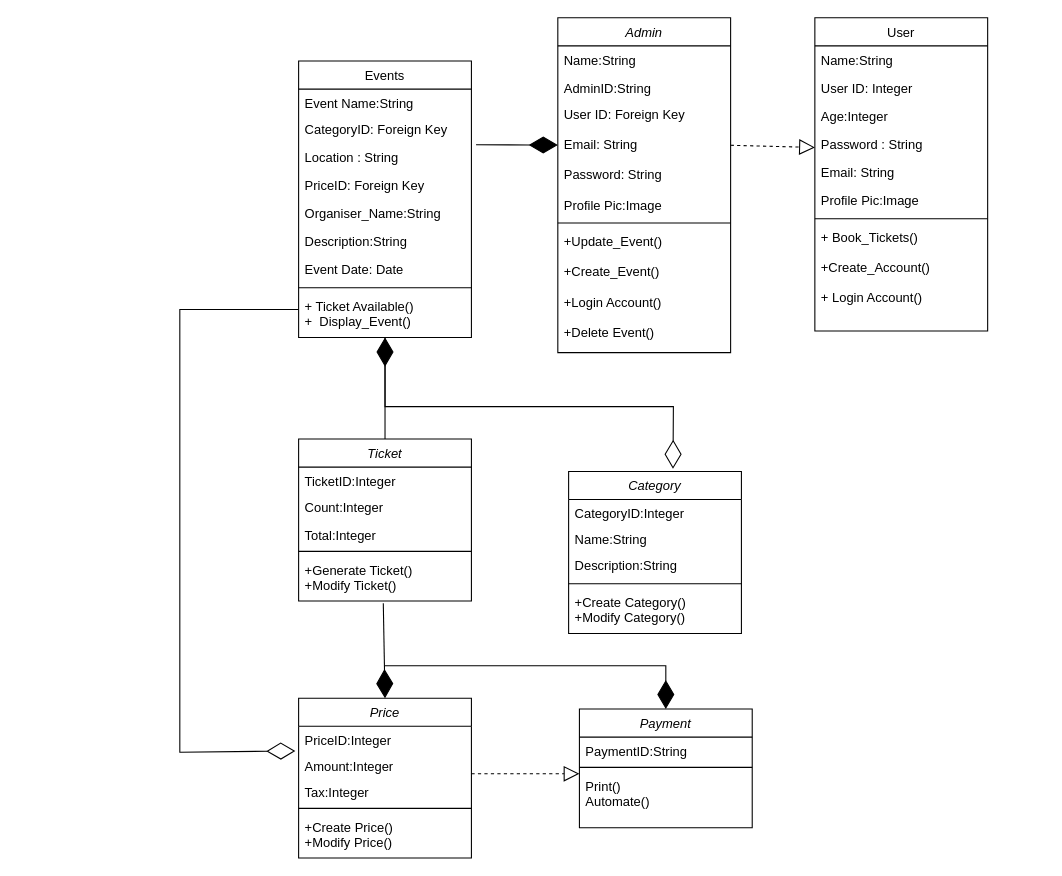
Stormtroopper/HTML-layout-learning keeps this draw.io diagram as Untitled Diagram.drawio. Above is the earlier version. Source tidied: cells renumbered, new cells numbered last; positions are measured from the earlier drawing's top-left corner, leaving out a move shared by most shapes. Both pictures are drawn from the tidied source at 108%, with x=0, y=0 at pixel (179, 17).
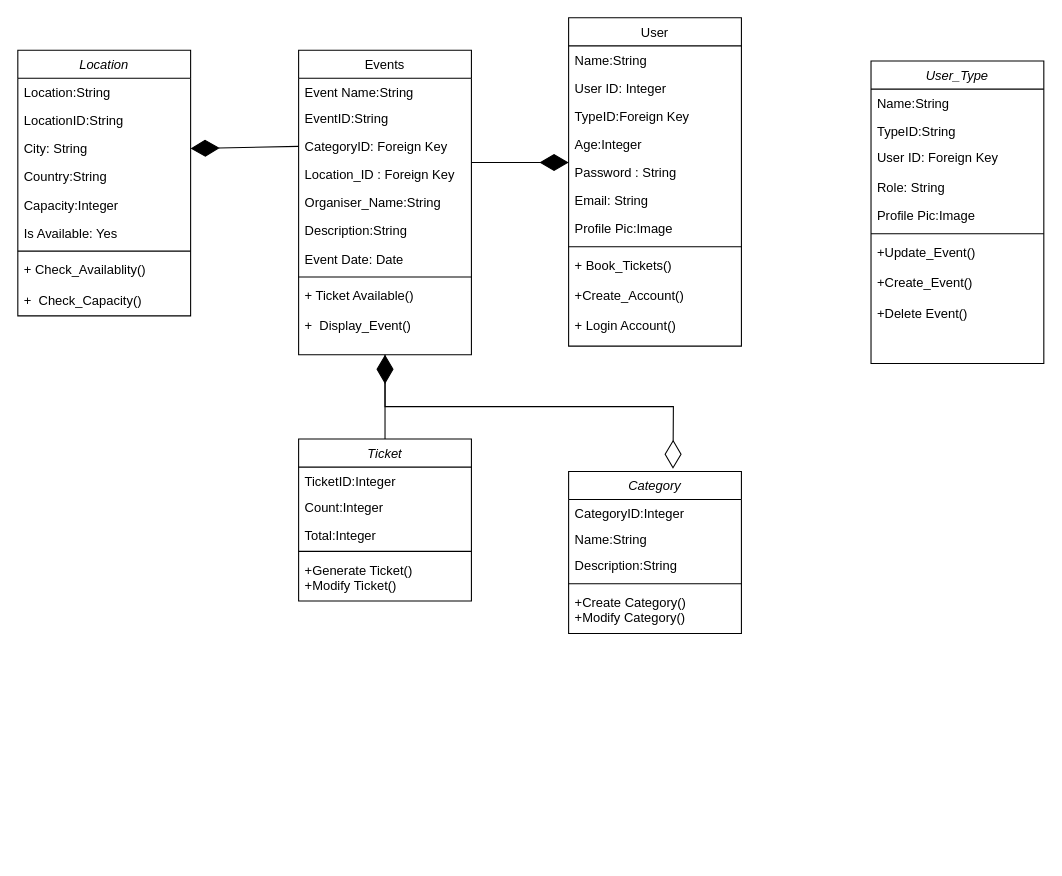
The same diagram, later.

The change refers to these unchanged cells:
```xml
<mxCell id="34" value="+Generate Ticket()&#10;+Modify Ticket()" style="text;align=left;verticalAlign=top;spacingLeft=4;spacingRight=4;overflow=hidden;points=[[0,0.5],[1,0.5]];portConstraint=eastwest;" parent="29" vertex="1">
  <mxGeometry y="108" width="160" height="42" as="geometry" />
</mxCell>
```

Diff of the diagram source:
```diff
@@
-    <mxCell id="2" value="Admin" style="swimlane;fontStyle=2;align=center;verticalAlign=top;horizontal=1;startSize=26;rounded=0;shadow=0;strokeWidth=1;" parent="1" vertex="1">
-      <mxGeometry x="350" width="160" height="310" as="geometry" />
-    </mxCell>
-    <mxCell id="3" value="Name:String" style="text;align=left;verticalAlign=top;spacingLeft=4;spacingRight=4;overflow=hidden;rounded=0;shadow=0;html=0;" parent="2" vertex="1">
-      <mxGeometry y="26" width="160" height="26" as="geometry" />
-    </mxCell>
-    <mxCell id="4" value="AdminID:String" style="text;align=left;verticalAlign=top;spacingLeft=4;spacingRight=4;overflow=hidden;" parent="2" vertex="1">
-      <mxGeometry y="52" width="160" height="24" as="geometry" />
-    </mxCell>
-    <mxCell id="5" value="User ID: Foreign Key&#10;&#10;Email: String&#10;&#10;Password: String" style="text;align=left;verticalAlign=top;spacingLeft=4;spacingRight=4;overflow=hidden;points=[[0,0.5],[1,0.5]];portConstraint=eastwest;rounded=0;shadow=0;html=0;" parent="2" vertex="1">
-      <mxGeometry y="76" width="160" height="84" as="geometry" />
-    </mxCell>
-    <mxCell id="6" value="Profile Pic:Image" style="text;align=left;verticalAlign=top;spacingLeft=4;spacingRight=4;overflow=hidden;rounded=0;shadow=0;html=0;" parent="2" vertex="1">
-      <mxGeometry y="160" width="160" height="26" as="geometry" />
-    </mxCell>
-    <mxCell id="7" style="line;html=1;strokeWidth=1;align=left;verticalAlign=middle;spacingTop=-1;spacingLeft=3;spacingRight=3;labelPosition=right;" parent="2" vertex="1">
-      <mxGeometry y="186" width="160" height="8" as="geometry" />
-    </mxCell>
-    <mxCell id="8" value="+Update_Event()&#10;&#10;+Create_Event()&#10;&#10;+Login Account()&#10;&#10;+Delete Event()" style="text;align=left;verticalAlign=top;spacingLeft=4;spacingRight=4;overflow=hidden;" parent="2" vertex="1">
-      <mxGeometry y="194" width="160" height="116" as="geometry" />
-    </mxCell>
     <mxCell id="9" value="Events" style="swimlane;fontStyle=0;align=center;verticalAlign=top;horizontal=1;startSize=26;rounded=0;shadow=0;strokeWidth=1;" parent="1" vertex="1">
-      <mxGeometry x="110" y="40" width="160" height="256" as="geometry" />
+      <mxGeometry x="110" y="30" width="160" height="282" as="geometry" />
     </mxCell>
@@
+    <mxCell id="58" value="EventID:String" style="text;align=left;verticalAlign=top;spacingLeft=4;spacingRight=4;overflow=hidden;rounded=0;shadow=0;html=0;" parent="9" vertex="1">
+      <mxGeometry y="50" width="160" height="26" as="geometry" />
+    </mxCell>
     <mxCell id="11" value="CategoryID: Foreign Key" style="text;align=left;verticalAlign=top;spacingLeft=4;spacingRight=4;overflow=hidden;points=[[0,0.5],[1,0.5]];portConstraint=eastwest;rounded=0;shadow=0;html=0;" parent="9" vertex="1">
-      <mxGeometry y="50" width="160" height="26" as="geometry" />
+      <mxGeometry y="76" width="160" height="26" as="geometry" />
     </mxCell>
-    <mxCell id="12" value="Location : String" style="text;align=left;verticalAlign=top;spacingLeft=4;spacingRight=4;overflow=hidden;points=[[0,0.5],[1,0.5]];portConstraint=eastwest;rounded=0;shadow=0;html=0;" parent="9" vertex="1">
-      <mxGeometry y="76" width="160" height="26" as="geometry" />
+    <mxCell id="12" value="Location_ID : Foreign Key" style="text;align=left;verticalAlign=top;spacingLeft=4;spacingRight=4;overflow=hidden;points=[[0,0.5],[1,0.5]];portConstraint=eastwest;rounded=0;shadow=0;html=0;" parent="9" vertex="1">
+      <mxGeometry y="102" width="160" height="26" as="geometry" />
     </mxCell>
-    <mxCell id="13" value="PriceID: Foreign Key" style="text;align=left;verticalAlign=top;spacingLeft=4;spacingRight=4;overflow=hidden;rounded=0;shadow=0;html=0;" parent="9" vertex="1">
-      <mxGeometry y="102" width="160" height="26" as="geometry" />
-    </mxCell>
@@
-    <mxCell id="18" value="+ Ticket Available()&#10;+  Display_Event()" style="text;align=left;verticalAlign=top;spacingLeft=4;spacingRight=4;overflow=hidden;" parent="9" vertex="1">
-      <mxGeometry y="214" width="160" height="42" as="geometry" />
+    <mxCell id="18" value="+ Ticket Available()&#10;&#10;+  Display_Event()" style="text;align=left;verticalAlign=top;spacingLeft=4;spacingRight=4;overflow=hidden;" parent="9" vertex="1">
+      <mxGeometry y="214" width="160" height="46" as="geometry" />
     </mxCell>
     <mxCell id="19" value="User" style="swimlane;fontStyle=0;align=center;verticalAlign=top;horizontal=1;startSize=26;rounded=0;shadow=0;strokeWidth=1;" parent="1" vertex="1">
-      <mxGeometry x="588" width="160" height="290" as="geometry" />
+      <mxGeometry x="360" width="160" height="304" as="geometry" />
     </mxCell>
@@
+    <mxCell id="59" value="TypeID:Foreign Key" style="text;align=left;verticalAlign=top;spacingLeft=4;spacingRight=4;overflow=hidden;rounded=0;shadow=0;html=0;" parent="19" vertex="1">
+      <mxGeometry y="78" width="160" height="26" as="geometry" />
+    </mxCell>
     <mxCell id="22" value="Age:Integer" style="text;align=left;verticalAlign=top;spacingLeft=4;spacingRight=4;overflow=hidden;rounded=0;shadow=0;html=0;" parent="19" vertex="1">
-      <mxGeometry y="78" width="160" height="26" as="geometry" />
+      <mxGeometry y="104" width="160" height="26" as="geometry" />
     </mxCell>
     <mxCell id="23" value="Password : String" style="text;align=left;verticalAlign=top;spacingLeft=4;spacingRight=4;overflow=hidden;rounded=0;shadow=0;html=0;" parent="19" vertex="1">
-      <mxGeometry y="104" width="160" height="26" as="geometry" />
+      <mxGeometry y="130" width="160" height="26" as="geometry" />
     </mxCell>
     <mxCell id="24" value="Email: String" style="text;align=left;verticalAlign=top;spacingLeft=4;spacingRight=4;overflow=hidden;rounded=0;shadow=0;html=0;" parent="19" vertex="1">
-      <mxGeometry y="130" width="160" height="26" as="geometry" />
+      <mxGeometry y="156" width="160" height="26" as="geometry" />
     </mxCell>
     <mxCell id="25" value="Profile Pic:Image" style="text;align=left;verticalAlign=top;spacingLeft=4;spacingRight=4;overflow=hidden;rounded=0;shadow=0;html=0;" parent="19" vertex="1">
-      <mxGeometry y="156" width="160" height="26" as="geometry" />
+      <mxGeometry y="182" width="160" height="26" as="geometry" />
     </mxCell>
     <mxCell id="26" style="line;html=1;strokeWidth=1;align=left;verticalAlign=middle;spacingTop=-1;spacingLeft=3;spacingRight=3;labelPosition=right;" parent="19" vertex="1">
-      <mxGeometry y="182" width="160" height="8" as="geometry" />
+      <mxGeometry y="208" width="160" height="8" as="geometry" />
     </mxCell>
     <mxCell id="27" value="+ Book_Tickets()&#10; &#10;+Create_Account()&#10;&#10;+ Login Account()&#10;" style="text;align=left;verticalAlign=top;spacingLeft=4;spacingRight=4;overflow=hidden;" parent="19" vertex="1">
-      <mxGeometry y="190" width="160" height="88" as="geometry" />
+      <mxGeometry y="216" width="160" height="88" as="geometry" />
     </mxCell>
-    <mxCell id="28" style="endArrow=diamondThin;endFill=0;endSize=24;html=1;rounded=0;exitX=0;exitY=1;exitDx=0;exitDy=0;entryX=-0.019;entryY=-0.05;entryDx=0;entryDy=0;entryPerimeter=0;" parent="1" edge="1" target="46">
-      <mxGeometry relative="1" as="geometry">
-        <mxPoint x="110" y="270" as="sourcePoint" />
-        <Array as="points">
-          <mxPoint y="270" />
-          <mxPoint y="466" />
-          <mxPoint y="546" />
-          <mxPoint y="680" />
-        </Array>
-      </mxGeometry>
-    </mxCell>
@@
-    <mxCell id="35" style="endArrow=block;dashed=1;endFill=0;endSize=12;html=1;rounded=0;exitX=1;exitY=0.5;exitDx=0;exitDy=0;" parent="1" edge="1" source="5">
-      <mxGeometry relative="1" as="geometry">
-        <mxPoint x="588" y="120" as="targetPoint" />
-      </mxGeometry>
-    </mxCell>
-    <mxCell id="36" style="endArrow=diamondThin;endFill=1;endSize=24;html=1;rounded=0;exitX=1.027;exitY=0.061;exitDx=0;exitDy=0;exitPerimeter=0;" parent="1" edge="1" source="12" target="5">
-      <mxGeometry relative="1" as="geometry" />
+    <mxCell id="36" style="endArrow=diamondThin;endFill=1;endSize=24;html=1;rounded=0;" parent="1" edge="1">
+      <mxGeometry relative="1" as="geometry">
+        <mxPoint x="270" y="134" as="sourcePoint" />
+        <mxPoint x="360" y="134" as="targetPoint" />
+      </mxGeometry>
     </mxCell>
@@
-    <mxCell id="44" value="Price" style="swimlane;fontStyle=2;align=center;verticalAlign=top;horizontal=1;startSize=26;rounded=0;shadow=0;strokeWidth=1;" parent="1" vertex="1">
-      <mxGeometry x="110" y="630" width="160" height="148" as="geometry" />
-    </mxCell>
-    <mxCell id="45" value="PriceID:Integer" style="text;align=left;verticalAlign=top;spacingLeft=4;spacingRight=4;overflow=hidden;rounded=0;shadow=0;html=0;" parent="44" vertex="1">
-      <mxGeometry y="26" width="160" height="24" as="geometry" />
-    </mxCell>
-    <mxCell id="46" value="Amount:Integer" style="text;align=left;verticalAlign=top;spacingLeft=4;spacingRight=4;overflow=hidden;points=[[0,0.5],[1,0.5]];portConstraint=eastwest;" parent="44" vertex="1">
-      <mxGeometry y="50" width="160" height="24" as="geometry" />
-    </mxCell>
-    <mxCell id="47" value="Tax:Integer" style="text;align=left;verticalAlign=top;spacingLeft=4;spacingRight=4;overflow=hidden;" parent="44" vertex="1">
-      <mxGeometry y="74" width="160" height="24" as="geometry" />
-    </mxCell>
-    <mxCell id="48" style="line;html=1;strokeWidth=1;align=left;verticalAlign=middle;spacingTop=-1;spacingLeft=3;spacingRight=3;labelPosition=right;" parent="44" vertex="1">
-      <mxGeometry y="98" width="160" height="8" as="geometry" />
-    </mxCell>
-    <mxCell id="49" value="+Create Price()&#10;+Modify Price()" style="text;align=left;verticalAlign=top;spacingLeft=4;spacingRight=4;overflow=hidden;" parent="44" vertex="1">
-      <mxGeometry y="106" width="160" height="42" as="geometry" />
-    </mxCell>
-    <mxCell id="50" style="endArrow=diamondThin;endFill=1;endSize=24;html=1;rounded=0;exitX=0.49;exitY=1.048;exitDx=0;exitDy=0;exitPerimeter=0;entryX=0.5;entryY=0;entryDx=0;entryDy=0;" parent="1" edge="1" source="34" target="44">
-      <mxGeometry relative="1" as="geometry" />
-    </mxCell>
-    <mxCell id="51" value="Payment" style="swimlane;fontStyle=2;align=center;verticalAlign=top;horizontal=1;startSize=26;rounded=0;shadow=0;strokeWidth=1;" parent="1" vertex="1">
-      <mxGeometry x="370" y="640" width="160" height="110" as="geometry" />
-    </mxCell>
-    <mxCell id="52" value="PaymentID:String" style="text;align=left;verticalAlign=top;spacingLeft=4;spacingRight=4;overflow=hidden;rounded=0;shadow=0;html=0;" parent="51" vertex="1">
-      <mxGeometry y="26" width="160" height="24" as="geometry" />
-    </mxCell>
-    <mxCell id="53" style="line;html=1;strokeWidth=1;align=left;verticalAlign=middle;spacingTop=-1;spacingLeft=3;spacingRight=3;labelPosition=right;" parent="51" vertex="1">
-      <mxGeometry y="50" width="160" height="8" as="geometry" />
-    </mxCell>
-    <mxCell id="54" value="Print()&#10;Automate()" style="text;align=left;verticalAlign=top;spacingLeft=4;spacingRight=4;overflow=hidden;" parent="51" vertex="1">
-      <mxGeometry y="58" width="160" height="42" as="geometry" />
-    </mxCell>
@@
-    <mxCell id="56" style="endArrow=block;dashed=1;endFill=0;endSize=12;html=1;rounded=0;" parent="1" edge="1">
-      <mxGeometry relative="1" as="geometry">
-        <mxPoint x="270" y="700" as="sourcePoint" />
-        <mxPoint x="370" y="700" as="targetPoint" />
-      </mxGeometry>
-    </mxCell>
-    <mxCell id="57" style="endArrow=diamondThin;endFill=1;endSize=24;html=1;rounded=0;entryX=0.5;entryY=0;entryDx=0;entryDy=0;" parent="1" edge="1" target="51">
-      <mxGeometry relative="1" as="geometry">
-        <mxPoint x="190" y="600" as="sourcePoint" />
-        <Array as="points">
-          <mxPoint x="450" y="600" />
-        </Array>
-      </mxGeometry>
-    </mxCell>
+    <mxCell id="60" value="Location" style="swimlane;fontStyle=2;align=center;verticalAlign=top;horizontal=1;startSize=26;rounded=0;shadow=0;strokeWidth=1;" parent="1" vertex="1">
+      <mxGeometry x="-150" y="30" width="160" height="246" as="geometry" />
+    </mxCell>
+    <mxCell id="61" value="Location:String" style="text;align=left;verticalAlign=top;spacingLeft=4;spacingRight=4;overflow=hidden;rounded=0;shadow=0;html=0;" parent="60" vertex="1">
+      <mxGeometry y="26" width="160" height="26" as="geometry" />
+    </mxCell>
+    <mxCell id="62" value="LocationID:String" style="text;align=left;verticalAlign=top;spacingLeft=4;spacingRight=4;overflow=hidden;rounded=0;shadow=0;html=0;" parent="60" vertex="1">
+      <mxGeometry y="52" width="160" height="26" as="geometry" />
+    </mxCell>
+    <mxCell id="63" value="City: String" style="text;align=left;verticalAlign=top;spacingLeft=4;spacingRight=4;overflow=hidden;points=[[0,0.5],[1,0.5]];portConstraint=eastwest;rounded=0;shadow=0;html=0;" parent="60" vertex="1">
+      <mxGeometry y="78" width="160" height="26" as="geometry" />
+    </mxCell>
+    <mxCell id="64" value="Country:String" style="text;align=left;verticalAlign=top;spacingLeft=4;spacingRight=4;overflow=hidden;rounded=0;shadow=0;html=0;" parent="60" vertex="1">
+      <mxGeometry y="104" width="160" height="26" as="geometry" />
+    </mxCell>
+    <mxCell id="65" value="Capacity:Integer" style="text;align=left;verticalAlign=top;spacingLeft=4;spacingRight=4;overflow=hidden;rounded=0;shadow=0;html=0;" parent="60" vertex="1">
+      <mxGeometry y="130" width="160" height="26" as="geometry" />
+    </mxCell>
+    <mxCell id="66" value="Is Available: Yes" style="text;align=left;verticalAlign=top;spacingLeft=4;spacingRight=4;overflow=hidden;rounded=0;shadow=0;html=0;" parent="60" vertex="1">
+      <mxGeometry y="156" width="160" height="26" as="geometry" />
+    </mxCell>
+    <mxCell id="67" style="line;html=1;strokeWidth=1;align=left;verticalAlign=middle;spacingTop=-1;spacingLeft=3;spacingRight=3;labelPosition=right;" parent="60" vertex="1">
+      <mxGeometry y="182" width="160" height="8" as="geometry" />
+    </mxCell>
+    <mxCell id="68" value="+ Check_Availablity()&#10;&#10;+  Check_Capacity()" style="text;align=left;verticalAlign=top;spacingLeft=4;spacingRight=4;overflow=hidden;" parent="60" vertex="1">
+      <mxGeometry y="190" width="160" height="56" as="geometry" />
+    </mxCell>
+    <mxCell id="69" style="endArrow=diamondThin;endFill=1;endSize=24;html=1;rounded=0;exitX=0;exitY=0.5;exitDx=0;exitDy=0;entryX=1;entryY=0.5;entryDx=0;entryDy=0;" parent="1" edge="1" source="11" target="63">
+      <mxGeometry relative="1" as="geometry" />
+    </mxCell>
+    <mxCell id="2" value="User_Type" style="swimlane;fontStyle=2;align=center;verticalAlign=top;horizontal=1;startSize=26;rounded=0;shadow=0;strokeWidth=1;" parent="1" vertex="1">
+      <mxGeometry x="640" y="40" width="160" height="280" as="geometry" />
+    </mxCell>
+    <mxCell id="3" value="Name:String" style="text;align=left;verticalAlign=top;spacingLeft=4;spacingRight=4;overflow=hidden;rounded=0;shadow=0;html=0;" parent="2" vertex="1">
+      <mxGeometry y="26" width="160" height="26" as="geometry" />
+    </mxCell>
+    <mxCell id="4" value="TypeID:String" style="text;align=left;verticalAlign=top;spacingLeft=4;spacingRight=4;overflow=hidden;" parent="2" vertex="1">
+      <mxGeometry y="52" width="160" height="24" as="geometry" />
+    </mxCell>
+    <mxCell id="5" value="User ID: Foreign Key&#10;&#10;Role: String&#10;" style="text;align=left;verticalAlign=top;spacingLeft=4;spacingRight=4;overflow=hidden;points=[[0,0.5],[1,0.5]];portConstraint=eastwest;rounded=0;shadow=0;html=0;" parent="2" vertex="1">
+      <mxGeometry y="76" width="160" height="54" as="geometry" />
+    </mxCell>
+    <mxCell id="6" value="Profile Pic:Image" style="text;align=left;verticalAlign=top;spacingLeft=4;spacingRight=4;overflow=hidden;rounded=0;shadow=0;html=0;" parent="2" vertex="1">
+      <mxGeometry y="130" width="160" height="26" as="geometry" />
+    </mxCell>
+    <mxCell id="7" style="line;html=1;strokeWidth=1;align=left;verticalAlign=middle;spacingTop=-1;spacingLeft=3;spacingRight=3;labelPosition=right;" parent="2" vertex="1">
+      <mxGeometry y="156" width="160" height="8" as="geometry" />
+    </mxCell>
+    <mxCell id="8" value="+Update_Event()&#10;&#10;+Create_Event()&#10;&#10;+Delete Event()" style="text;align=left;verticalAlign=top;spacingLeft=4;spacingRight=4;overflow=hidden;" parent="2" vertex="1">
+      <mxGeometry y="164" width="160" height="86" as="geometry" />
+    </mxCell>
```
